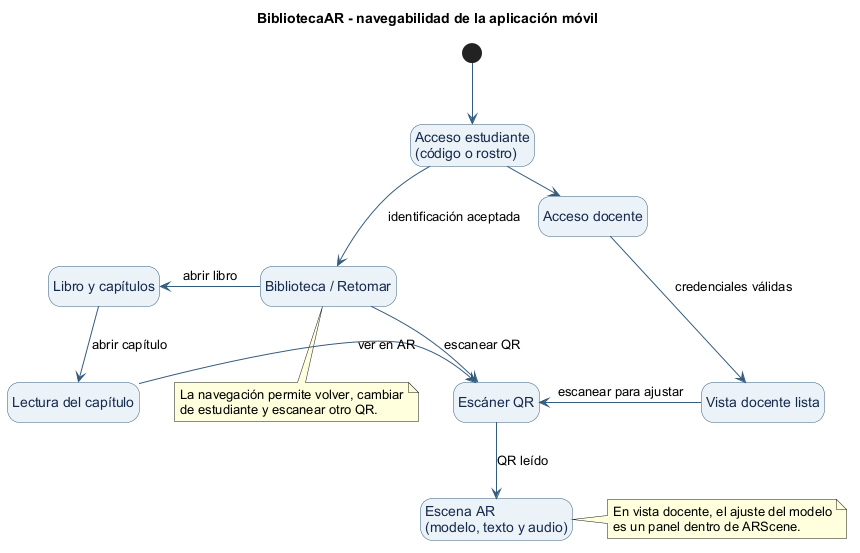
AlejandroPhoccoTapia/BibliotecaAR-backend keeps this PlantUML diagram as docs/tesis/diagramas/08-navegacion-app-movil.png. Above is the earlier version. The source it was exported from:
```plantuml
@startuml
title BibliotecaAR - navegabilidad de la aplicación móvil
top to bottom direction
skinparam shadowing false
skinparam backgroundColor white
skinparam defaultFontName Arial
skinparam state {
  BackgroundColor #EAF2F8
  BorderColor #355C7D
  FontColor #172B4D
  ArrowColor #355C7D
}
hide empty description

state "Acceso estudiante\n(código o rostro)" as LOGIN
state "Biblioteca / Retomar" as LIBRARY
state "Libro y capítulos" as BOOK
state "Lectura del capítulo" as READ
state "Escáner QR" as SCAN
state "Escena AR\n(modelo, texto y audio)" as AR
state "Acceso docente" as TEACHER_LOGIN
state "Vista docente lista" as TEACHER_READY

[*] -down-> LOGIN
LOGIN -down-> LIBRARY : identificación aceptada
LIBRARY -left-> BOOK : abrir libro
BOOK -down-> READ : abrir capítulo
LIBRARY -down-> SCAN : escanear QR
READ -right-> SCAN : ver en AR
SCAN -down-> AR : QR leído
LOGIN -right-> TEACHER_LOGIN : elegir Docente
TEACHER_LOGIN -down-> TEACHER_READY : credenciales válidas
TEACHER_READY -left-> SCAN : escanear para ajustar

note right of AR
  En vista docente, el ajuste del modelo
  es un panel dentro de ARScene.
end note

note bottom of LIBRARY
  La navegación permite volver, cambiar
  de estudiante y escanear otro QR.
end note
@enduml
```
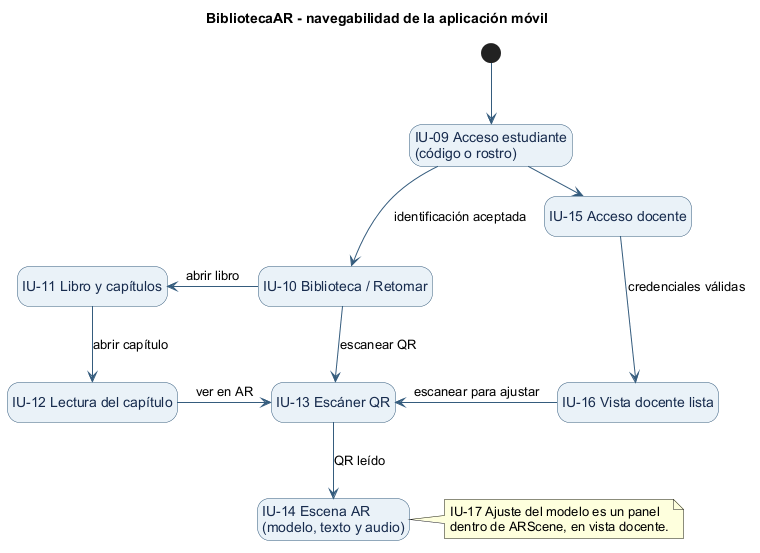
Above is the later version.

Change to the diagram source:
```diff
@@ -12,14 +12,14 @@
 }
 hide empty description
 
-state "Acceso estudiante\n(código o rostro)" as LOGIN
-state "Biblioteca / Retomar" as LIBRARY
-state "Libro y capítulos" as BOOK
-state "Lectura del capítulo" as READ
-state "Escáner QR" as SCAN
-state "Escena AR\n(modelo, texto y audio)" as AR
-state "Acceso docente" as TEACHER_LOGIN
-state "Vista docente lista" as TEACHER_READY
+state "IU-09 Acceso estudiante\n(código o rostro)" as LOGIN
+state "IU-10 Biblioteca / Retomar" as LIBRARY
+state "IU-11 Libro y capítulos" as BOOK
+state "IU-12 Lectura del capítulo" as READ
+state "IU-13 Escáner QR" as SCAN
+state "IU-14 Escena AR\n(modelo, texto y audio)" as AR
+state "IU-15 Acceso docente" as TEACHER_LOGIN
+state "IU-16 Vista docente lista" as TEACHER_READY
 
 [*] -down-> LOGIN
 LOGIN -down-> LIBRARY : identificación aceptada
@@ -33,12 +33,8 @@
 TEACHER_READY -left-> SCAN : escanear para ajustar
 
 note right of AR
-  En vista docente, el ajuste del modelo
-  es un panel dentro de ARScene.
+  IU-17 Ajuste del modelo es un panel
+  dentro de ARScene, en vista docente.
 end note
 
-note bottom of LIBRARY
-  La navegación permite volver, cambiar
-  de estudiante y escanear otro QR.
-end note
 @enduml
```
